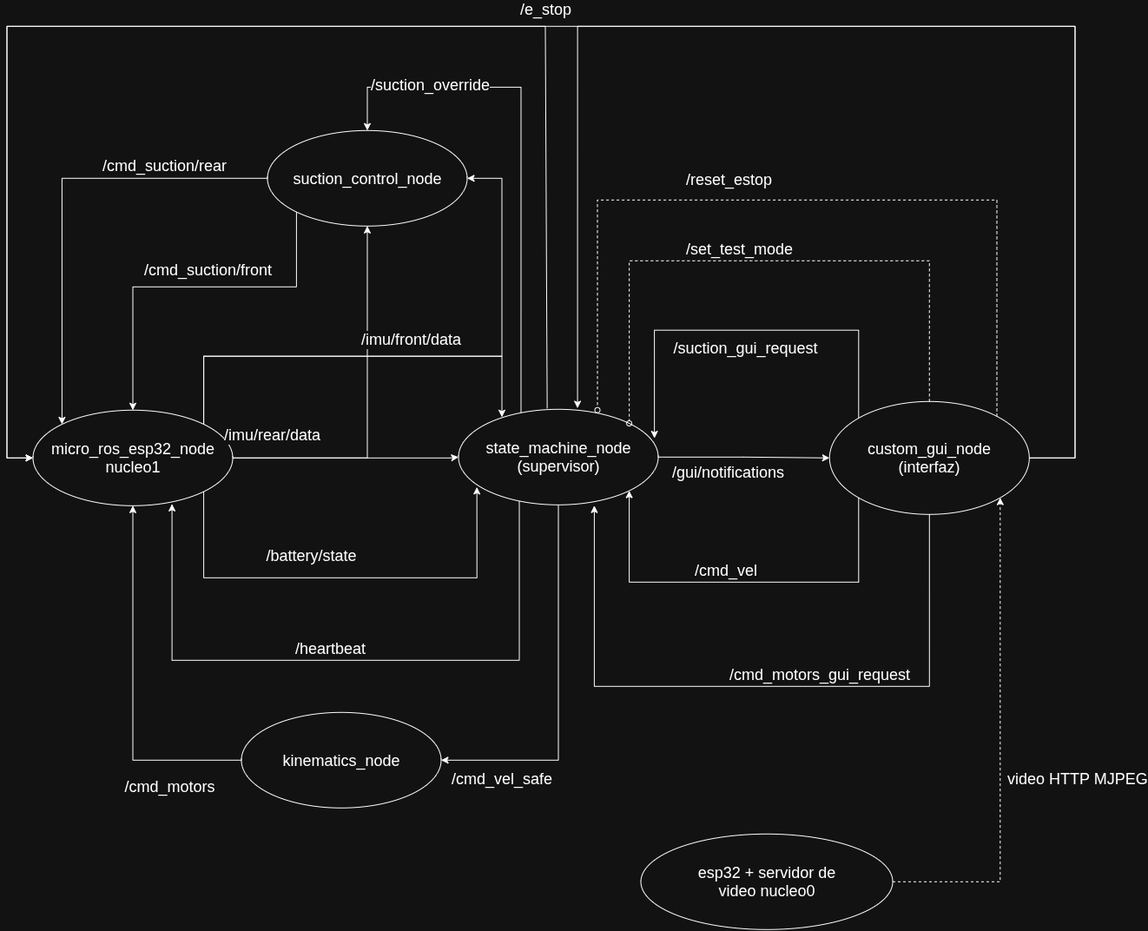
Before: docs/arquitectura/grafo nodos microproyecto.drawio.png, a diagram exported from draw.io (juanscastano-maker/Carro_trepador). Source tidied: cells renumbered, new cells last; positions are measured from the earlier drawing's top-left corner, leaving out a move shared by most shapes.
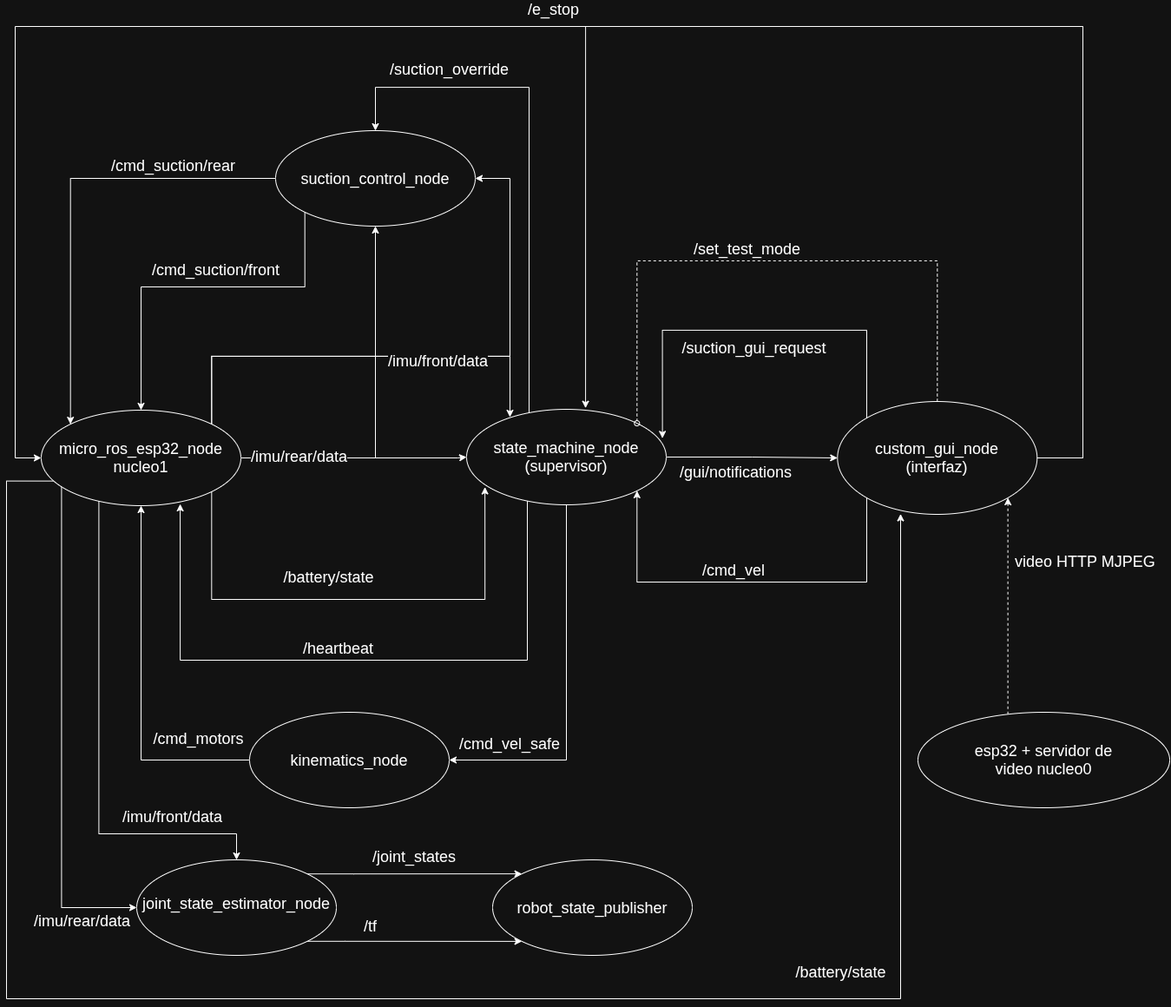
Above is the later version.

What changed in the source:
```diff
@@ -66,6 +66,23 @@
         </Array>
       </mxGeometry>
     </mxCell>
+    <mxCell id="46" style="edgeStyle=orthogonalEdgeStyle;rounded=0;jettySize=auto;html=1;entryX=0;entryY=0.5;entryDx=0;entryDy=0;" parent="1" edge="1" source="14" target="53">
+      <mxGeometry relative="1" as="geometry">
+        <Array as="points">
+          <mxPoint x="53.4" y="1035" />
+        </Array>
+      </mxGeometry>
+    </mxCell>
+    <mxCell id="47" style="edgeStyle=orthogonalEdgeStyle;rounded=0;jettySize=auto;html=1;exitX=0.061;exitY=0.742;exitDx=0;exitDy=0;entryX=0.321;entryY=0.996;entryDx=0;entryDy=0;exitPerimeter=0;entryPerimeter=0;" parent="1" edge="1" source="14" target="17">
+      <mxGeometry x="0.36" relative="1" as="geometry">
+        <Array as="points">
+          <mxPoint x="-10" y="543.6" />
+          <mxPoint x="-10" y="1140" />
+          <mxPoint x="1020" y="1140" />
+          <mxPoint x="1020" y="581.5" />
+        </Array>
+      </mxGeometry>
+    </mxCell>
     <mxCell id="14" value="&lt;font style=&quot;font-size: 18px;&quot;&gt;micro_ros_esp32_node nucleo1&lt;/font&gt;" style="ellipse;whiteSpace=wrap;html=1;shapeInside=1;" parent="1" vertex="1">
       <mxGeometry x="30" y="462" width="230" height="110" as="geometry" />
     </mxCell>
@@ -100,27 +117,42 @@
     </mxCell>
     <mxCell id="19" value="&lt;font style=&quot;font-size: 18px;&quot;&gt;/battery/state&lt;/font&gt;" style="edgeLabel;html=1;align=center;verticalAlign=middle;" parent="18" vertex="1">
       <mxGeometry x="0.25" y="-1" relative="1" as="geometry">
-        <mxPoint x="-105" y="229" as="offset" />
+        <mxPoint x="-95" y="254" as="offset" />
       </mxGeometry>
     </mxCell>
+    <mxCell id="48" value="&lt;font style=&quot;font-size: 18px;&quot;&gt;/battery/state&lt;/font&gt;" style="edgeLabel;html=1;align=center;verticalAlign=middle;" parent="18" vertex="1">
+      <mxGeometry x="0.25" y="-1" relative="1" as="geometry">
+        <mxPoint x="495" y="709" as="offset" />
+      </mxGeometry>
+    </mxCell>
     <mxCell id="20" style="edgeStyle=orthogonalEdgeStyle;rounded=0;jettySize=auto;html=1;exitX=1;exitY=1;exitDx=0;exitDy=0;entryX=0.092;entryY=0.814;entryDx=0;entryDy=0;entryPerimeter=0;" parent="1" edge="1" source="14" target="4">
       <mxGeometry relative="1" as="geometry">
         <Array as="points">
-          <mxPoint x="226.3" y="655" />
-          <mxPoint x="541.2" y="655" />
+          <mxPoint x="226.3" y="680" />
+          <mxPoint x="541.2" y="680" />
         </Array>
       </mxGeometry>
     </mxCell>
     <mxCell id="21" value="&lt;font style=&quot;font-size: 18px;&quot;&gt;/imu/rear/data&lt;/font&gt;" style="edgeLabel;html=1;align=center;verticalAlign=middle;" parent="20" vertex="1">
       <mxGeometry x="0.24" y="-2" relative="1" as="geometry">
-        <mxPoint x="-143" y="-167" as="offset" />
+        <mxPoint x="-127" y="-167" as="offset" />
       </mxGeometry>
     </mxCell>
     <mxCell id="22" value="&lt;font style=&quot;font-size: 18px;&quot;&gt;/imu/front/data&lt;/font&gt;" style="edgeLabel;html=1;align=center;verticalAlign=middle;" parent="20" vertex="1">
       <mxGeometry x="0.24" y="-2" relative="1" as="geometry">
-        <mxPoint x="17" y="-277" as="offset" />
+        <mxPoint x="33" y="-277" as="offset" />
       </mxGeometry>
     </mxCell>
+    <mxCell id="49" value="&lt;font style=&quot;font-size: 18px;&quot;&gt;/imu/rear/data&lt;/font&gt;" style="edgeLabel;html=1;align=center;verticalAlign=middle;" parent="20" vertex="1">
+      <mxGeometry x="0.24" y="-2" relative="1" as="geometry">
+        <mxPoint x="-377" y="368" as="offset" />
+      </mxGeometry>
+    </mxCell>
+    <mxCell id="50" value="&lt;font style=&quot;font-size: 18px;&quot;&gt;/imu/front/data&lt;/font&gt;" style="edgeLabel;html=1;align=center;verticalAlign=middle;" parent="20" vertex="1">
+      <mxGeometry x="0.24" y="-2" relative="1" as="geometry">
+        <mxPoint x="-273" y="248" as="offset" />
+      </mxGeometry>
+    </mxCell>
     <mxCell id="23" style="edgeStyle=orthogonalEdgeStyle;rounded=0;jettySize=auto;html=1;entryX=0.5;entryY=0;entryDx=0;entryDy=0;exitX=0.313;exitY=0.035;exitDx=0;exitDy=0;exitPerimeter=0;" parent="1" edge="1" source="4" target="10">
       <mxGeometry relative="1" as="geometry">
         <Array as="points">
@@ -131,11 +163,11 @@
     </mxCell>
     <mxCell id="24" value="&lt;font style=&quot;font-size: 18px;&quot;&gt;/suction_override&lt;/font&gt;" style="edgeLabel;html=1;align=center;verticalAlign=middle;" parent="23" vertex="1">
       <mxGeometry x="-0.18" y="-1" relative="1" as="geometry">
-        <mxPoint x="-106" y="-130" as="offset" />
+        <mxPoint x="-93" y="-148" as="offset" />
       </mxGeometry>
     </mxCell>
     <mxCell id="25" value="&lt;font style=&quot;font-size: 18px;&quot;&gt;/cmd_motors&lt;/font&gt;" style="edgeLabel;html=1;align=center;verticalAlign=middle;" parent="1" vertex="1">
-      <mxGeometry x="187" y="895" as="geometry" />
+      <mxGeometry x="210" y="840" as="geometry" />
     </mxCell>
     <mxCell id="26" value="&lt;font style=&quot;font-size: 18px;&quot;&gt;/suction_gui_request&lt;/font&gt;" style="edgeLabel;html=1;align=center;verticalAlign=middle;" parent="1" vertex="1">
       <mxGeometry x="850" y="390" as="geometry" />
@@ -168,7 +200,7 @@
       </mxGeometry>
     </mxCell>
     <mxCell id="32" value="&lt;span style=&quot;font-family: Helvetica; font-size: 18px; font-style: normal; font-variant-ligatures: normal; font-variant-caps: normal; font-weight: 400; letter-spacing: normal; orphans: 2; text-align: center; text-indent: 0px; text-transform: none; widows: 2; word-spacing: 0px; -webkit-text-stroke-width: 0px; white-space: nowrap; text-decoration-thickness: initial; text-decoration-style: initial; text-decoration-color: initial; float: none; color: light-dark(rgb(255, 255, 255), rgb(255, 255, 255)); display: inline !important;&quot;&gt;/cmd_vel_safe&lt;/span&gt;" style="text;whiteSpace=wrap;html=1;" parent="1" vertex="1">
-      <mxGeometry x="510" y="870" width="140" height="50" as="geometry" />
+      <mxGeometry x="510" y="830" width="140" height="50" as="geometry" />
     </mxCell>
     <mxCell id="33" style="edgeStyle=orthogonalEdgeStyle;rounded=0;jettySize=auto;html=1;entryX=0.5;entryY=1;entryDx=0;entryDy=0;" parent="1" edge="1" source="11" target="14">
       <mxGeometry relative="1" as="geometry">
@@ -177,26 +209,6 @@
         </Array>
       </mxGeometry>
     </mxCell>
-    <mxCell id="34" style="edgeStyle=orthogonalEdgeStyle;rounded=0;jettySize=auto;html=1;entryX=0.68;entryY=1.008;entryDx=0;entryDy=0;entryPerimeter=0;" parent="1" edge="1" source="17" target="4">
-      <mxGeometry relative="1" as="geometry">
-        <Array as="points">
-          <mxPoint x="1062.3" y="780" />
-          <mxPoint x="676.4" y="780" />
-        </Array>
-      </mxGeometry>
-    </mxCell>
-    <mxCell id="35" value="&lt;span style=&quot;font-size: 18px; text-align: center; white-space: nowrap;&quot;&gt;/cmd_motors_gui_request&lt;/span&gt;" style="text;whiteSpace=wrap;html=1;" parent="1" vertex="1">
-      <mxGeometry x="830" y="750" width="140" height="50" as="geometry" />
-    </mxCell>
-    <mxCell id="36" style="endArrow=classic;html=1;rounded=0;entryX=0;entryY=0.5;entryDx=0;entryDy=0;exitX=0.444;exitY=-0.01;exitDx=0;exitDy=0;exitPerimeter=0;" parent="1" edge="1" source="4" target="14">
-      <mxGeometry relative="1" as="geometry">
-        <Array as="points">
-          <mxPoint x="620" y="20" />
-          <mxPoint y="20" />
-          <mxPoint y="517" />
-        </Array>
-      </mxGeometry>
-    </mxCell>
     <mxCell id="37" style="edgeStyle=orthogonalEdgeStyle;rounded=0;jettySize=auto;html=1;entryX=0.696;entryY=0.982;entryDx=0;entryDy=0;entryPerimeter=0;" parent="1" edge="1" source="4" target="14">
       <mxGeometry relative="1" as="geometry">
         <Array as="points">
@@ -216,33 +228,57 @@
         </Array>
       </mxGeometry>
     </mxCell>
-    <mxCell id="40" style="edgeStyle=orthogonalEdgeStyle;rounded=0;jettySize=auto;html=1;dashed=1;endArrow=oval;endFill=0;entryX=0.701;entryY=0.008;entryDx=0;entryDy=0;entryPerimeter=0;" parent="1" edge="1" source="17" target="4">
-      <mxGeometry relative="1" as="geometry">
-        <Array as="points">
-          <mxPoint x="1140" y="220" />
-          <mxPoint x="680" y="220" />
-          <mxPoint x="680" y="461.9" />
-        </Array>
-      </mxGeometry>
-    </mxCell>
     <mxCell id="41" value="&lt;span style=&quot;font-family: Helvetica; font-size: 18px; font-style: normal; font-variant-ligatures: normal; font-variant-caps: normal; font-weight: 400; letter-spacing: normal; orphans: 2; text-align: center; text-indent: 0px; text-transform: none; widows: 2; word-spacing: 0px; -webkit-text-stroke-width: 0px; white-space: nowrap; text-decoration-thickness: initial; text-decoration-style: initial; text-decoration-color: initial; float: none; color: light-dark(rgb(255, 255, 255), rgb(255, 255, 255)); display: inline !important;&quot;&gt;/set_test_mode&lt;/span&gt;" style="text;whiteSpace=wrap;html=1;" parent="1" vertex="1">
       <mxGeometry x="780" y="260" width="140" height="50" as="geometry" />
     </mxCell>
-    <mxCell id="42" value="&lt;span style=&quot;font-family: Helvetica; font-size: 18px; font-style: normal; font-variant-ligatures: normal; font-variant-caps: normal; font-weight: 400; letter-spacing: normal; orphans: 2; text-align: center; text-indent: 0px; text-transform: none; widows: 2; word-spacing: 0px; -webkit-text-stroke-width: 0px; white-space: nowrap; text-decoration-thickness: initial; text-decoration-style: initial; text-decoration-color: initial; float: none; color: light-dark(rgb(255, 255, 255), rgb(255, 255, 255)); display: inline !important;&quot;&gt;/reset_estop&lt;/span&gt;" style="text;whiteSpace=wrap;html=1;" parent="1" vertex="1">
-      <mxGeometry x="780" y="180" width="140" height="50" as="geometry" />
-    </mxCell>
     <mxCell id="43" style="edgeStyle=orthogonalEdgeStyle;rounded=0;jettySize=auto;html=1;entryX=1;entryY=1;entryDx=0;entryDy=0;dashed=1;" parent="1" edge="1" source="44" target="17">
       <mxGeometry relative="1" as="geometry">
         <Array as="points">
-          <mxPoint x="1143.8" y="1005" />
+          <mxPoint x="1143.8" y="810" />
         </Array>
       </mxGeometry>
     </mxCell>
     <mxCell id="44" value="&lt;font style=&quot;font-size: 18px;&quot;&gt;esp32 + servidor de video&amp;nbsp;&lt;/font&gt;&lt;span style=&quot;font-size: 18px; text-decoration-line: inherit; background-color: transparent; color: light-dark(rgb(0, 0, 0), rgb(255, 255, 255));&quot;&gt;nucleo0&lt;/span&gt;" style="ellipse;whiteSpace=wrap;html=1;shapeInside=1;" parent="1" vertex="1">
-      <mxGeometry x="730" y="950" width="290" height="110" as="geometry" />
+      <mxGeometry x="1040" y="810" width="290" height="110" as="geometry" />
     </mxCell>
     <mxCell id="45" value="&lt;span style=&quot;font-family: Helvetica; font-size: 18px; font-style: normal; font-variant-ligatures: normal; font-variant-caps: normal; font-weight: 400; letter-spacing: normal; orphans: 2; text-align: center; text-indent: 0px; text-transform: none; widows: 2; word-spacing: 0px; -webkit-text-stroke-width: 0px; white-space: nowrap; text-decoration-thickness: initial; text-decoration-style: initial; text-decoration-color: initial; float: none; color: light-dark(rgb(255, 255, 255), rgb(255, 255, 255)); display: inline !important;&quot;&gt;video HTTP MJPEG&lt;/span&gt;" style="text;whiteSpace=wrap;html=1;" parent="1" vertex="1">
-      <mxGeometry x="1150" y="870" width="140" height="50" as="geometry" />
+      <mxGeometry x="1150" y="620" width="140" height="50" as="geometry" />
     </mxCell>
+    <mxCell id="51" style="edgeStyle=orthogonalEdgeStyle;rounded=0;jettySize=auto;html=1;entryX=0;entryY=0;entryDx=0;entryDy=0;" parent="1" edge="1" source="53" target="54">
+      <mxGeometry relative="1" as="geometry">
+        <Array as="points">
+          <mxPoint x="390" y="996.2" />
+          <mxPoint x="390" y="996.2" />
+        </Array>
+      </mxGeometry>
+    </mxCell>
+    <mxCell id="52" style="edgeStyle=orthogonalEdgeStyle;rounded=0;jettySize=auto;html=1;entryX=0;entryY=1;entryDx=0;entryDy=0;" parent="1" edge="1" source="53" target="54">
+      <mxGeometry relative="1" as="geometry">
+        <Array as="points">
+          <mxPoint x="380" y="1073.8" />
+          <mxPoint x="380" y="1073.8" />
+        </Array>
+      </mxGeometry>
+    </mxCell>
+    <mxCell id="53" value="&lt;font style=&quot;font-size: 18px;&quot;&gt;joint_state_estimator_node&lt;/font&gt;" style="ellipse;whiteSpace=wrap;html=1;shapeInside=1;" parent="1" vertex="1">
+      <mxGeometry x="140" y="980" width="230" height="110" as="geometry" />
+    </mxCell>
+    <mxCell id="54" value="&lt;font style=&quot;font-size: 18px;&quot;&gt;robot_state_publisher&lt;/font&gt;" style="ellipse;whiteSpace=wrap;html=1;shapeInside=1;" parent="1" vertex="1">
+      <mxGeometry x="550" y="980" width="230" height="110" as="geometry" />
+    </mxCell>
+    <mxCell id="55" style="edgeStyle=orthogonalEdgeStyle;rounded=0;jettySize=auto;html=1;entryX=0.5;entryY=0;entryDx=0;entryDy=0;" parent="1" edge="1" source="14" target="53">
+      <mxGeometry relative="1" as="geometry">
+        <Array as="points">
+          <mxPoint x="96.4" y="950" />
+          <mxPoint x="255" y="950" />
+        </Array>
+      </mxGeometry>
+    </mxCell>
+    <mxCell id="56" value="&lt;span style=&quot;font-family: Helvetica; font-size: 18px; font-style: normal; font-variant-ligatures: normal; font-variant-caps: normal; font-weight: 400; letter-spacing: normal; orphans: 2; text-align: center; text-indent: 0px; text-transform: none; widows: 2; word-spacing: 0px; -webkit-text-stroke-width: 0px; white-space: nowrap; text-decoration-thickness: initial; text-decoration-style: initial; text-decoration-color: initial; float: none; color: light-dark(rgb(255, 255, 255), rgb(255, 255, 255)); display: inline !important;&quot;&gt;/joint_states&lt;/span&gt;" style="text;whiteSpace=wrap;html=1;" parent="1" vertex="1">
+      <mxGeometry x="410" y="960" width="140" height="50" as="geometry" />
+    </mxCell>
+    <mxCell id="57" value="&lt;span style=&quot;font-size: 18px; text-align: center; white-space: nowrap;&quot;&gt;/tf&lt;/span&gt;" style="text;whiteSpace=wrap;html=1;" parent="1" vertex="1">
+      <mxGeometry x="400" y="1040" width="140" height="50" as="geometry" />
+    </mxCell>
   </root>
 </mxGraphModel>
```
